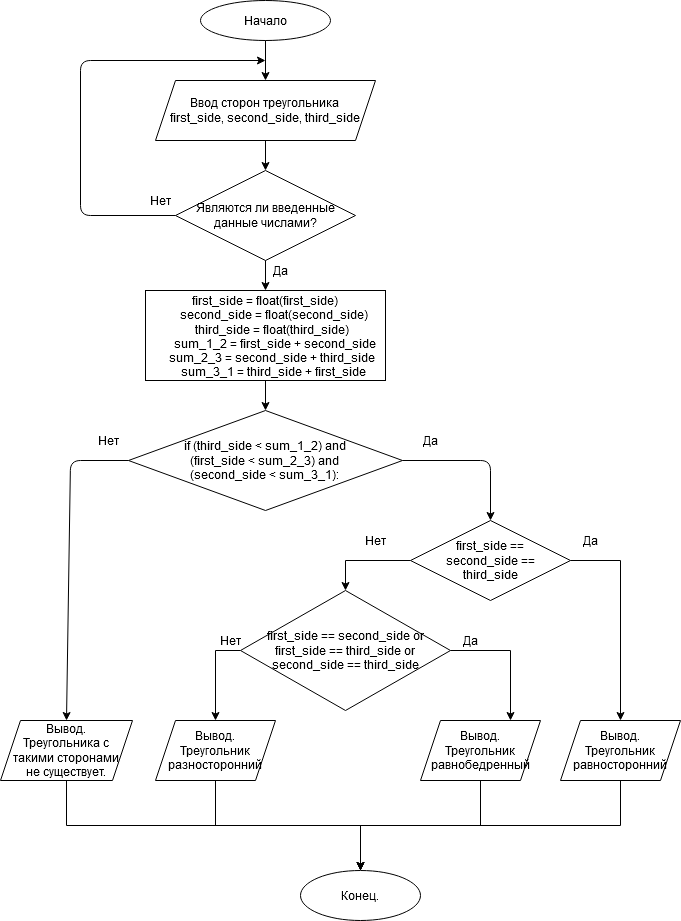
Before: hw1/hw1_6.png, a diagram exported from draw.io (Nev-Iva/algorithms-python). Source tidied: cells renumbered, new cells last; positions are measured from the earlier drawing's top-left corner, leaving out a move shared by most shapes.
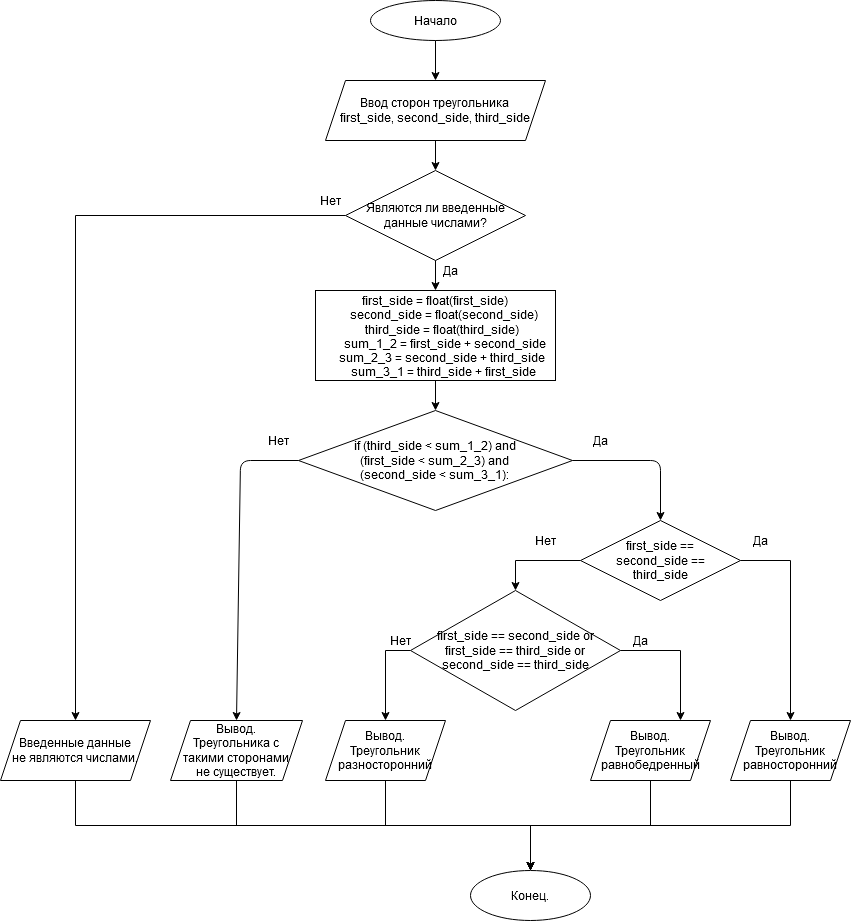
Later version of the same file.

Change to the diagram source:
```diff
@@ -11,6 +11,9 @@
     <mxCell id="4" value="&lt;div&gt;Ввод сторон треугольника&lt;/div&gt;&lt;div&gt;first_side, second_side, third_side&lt;br&gt;&lt;/div&gt;" style="shape=parallelogram;perimeter=parallelogramPerimeter;whiteSpace=wrap;html=1;fixedSize=1;" parent="1" vertex="1">
       <mxGeometry x="155" y="80" width="220" height="60" as="geometry" />
     </mxCell>
+    <mxCell id="37" style="edgeStyle=orthogonalEdgeStyle;rounded=0;jettySize=auto;html=1;exitX=0;exitY=0.5;exitDx=0;exitDy=0;" parent="1" edge="1" source="5" target="39">
+      <mxGeometry relative="1" as="geometry" />
+    </mxCell>
     <mxCell id="5" value="Являются ли введенные данные числами?" style="rhombus;whiteSpace=wrap;html=1;" parent="1" vertex="1">
       <mxGeometry x="175" y="170" width="180" height="90" as="geometry" />
     </mxCell>
@@ -20,15 +23,6 @@
     <mxCell id="7" style="endArrow=classic;html=1;exitX=0.5;exitY=1;exitDx=0;exitDy=0;entryX=0.5;entryY=0;entryDx=0;entryDy=0;" parent="1" edge="1" source="4" target="5">
       <mxGeometry relative="1" as="geometry" />
     </mxCell>
-    <mxCell id="8" style="endArrow=classic;html=1;exitX=0;exitY=0.5;exitDx=0;exitDy=0;" parent="1" edge="1" source="5">
-      <mxGeometry relative="1" as="geometry">
-        <mxPoint x="265" y="60" as="targetPoint" />
-        <Array as="points">
-          <mxPoint x="80" y="215" />
-          <mxPoint x="80" y="60" />
-        </Array>
-      </mxGeometry>
-    </mxCell>
     <mxCell id="9" value="Нет" style="text;html=1;strokeColor=none;fillColor=none;align=center;verticalAlign=middle;whiteSpace=wrap;rounded=0;" parent="1" vertex="1">
       <mxGeometry x="140" y="190" width="40" height="20" as="geometry" />
     </mxCell>
@@ -127,5 +121,11 @@
     <mxCell id="36" value="&lt;div&gt;Да&lt;/div&gt;" style="text;html=1;strokeColor=none;fillColor=none;align=center;verticalAlign=middle;whiteSpace=wrap;rounded=0;" parent="1" vertex="1">
       <mxGeometry x="260" y="260" width="40" height="20" as="geometry" />
     </mxCell>
+    <mxCell id="38" style="edgeStyle=orthogonalEdgeStyle;rounded=0;jettySize=auto;html=1;exitX=0.5;exitY=1;exitDx=0;exitDy=0;entryX=0.5;entryY=0;entryDx=0;entryDy=0;" parent="1" edge="1" source="39" target="3">
+      <mxGeometry relative="1" as="geometry" />
+    </mxCell>
+    <mxCell id="39" value="&lt;div&gt;Введенные данные&lt;/div&gt;&lt;div&gt;не являются числами.&lt;br&gt;&lt;/div&gt;" style="shape=parallelogram;perimeter=parallelogramPerimeter;whiteSpace=wrap;html=1;fixedSize=1;" parent="1" vertex="1">
+      <mxGeometry x="-170" y="720" width="150" height="60" as="geometry" />
+    </mxCell>
   </root>
 </mxGraphModel>
```
